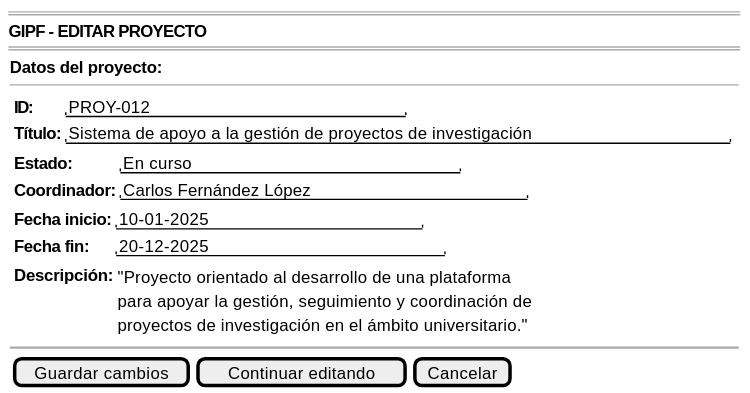
Above: documents/casosDeUso/detalle/coordinador/02-gestion-proyectos/editarProyecto/prototipo/editarProyecto-wireframe.svg in 31Diego/25-26-IdSw1-SdR (PlantUML), before the change. Its diagram source:
```plantuml
@startsalt editarProyecto-wireframe
{
    ====
    <b>GIPF - EDITAR PROYECTO</b>
    ====
    {
        <b>Datos del proyecto:</b>
        --
        {
            {
            {<b>ID:</b> | "PROY-012                      "
            <b>Título:</b> | "Sistema de apoyo a la gestión de proyectos de investigación"}
            {<b>Estado:</b> | "En curso                      "
            <b>Coordinador:</b> | "Carlos Fernández López              "}
            {<b>Fecha inicio:</b> | "10-01-2025                 "
            <b>Fecha fin:</b> | "20-12-2025                   "}
            {<b>Descripción:</b> |
                {"Proyecto orientado al desarrollo de una plataforma
                para apoyar la gestión, seguimiento y coordinación de
                proyectos de investigación en el ámbito universitario."}}
            }
        }

        ~~

        {[Guardar cambios] | [Continuar editando] | [Cancelar]}
    }
}
@endsalt
```
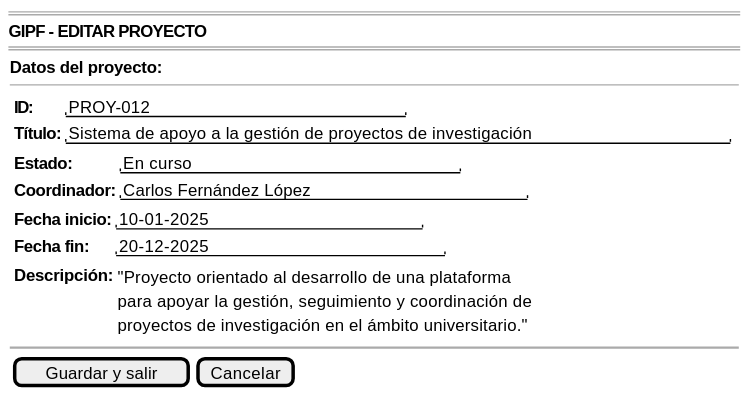
After the commit.

What changed in the source:
```diff
@@ -23,7 +23,7 @@
 
         ~~
 
-        {[Guardar cambios] | [Continuar editando] | [Cancelar]}
+        {[Guardar y salir] | | [Cancelar]}
     }
 }
 @endsalt
```
